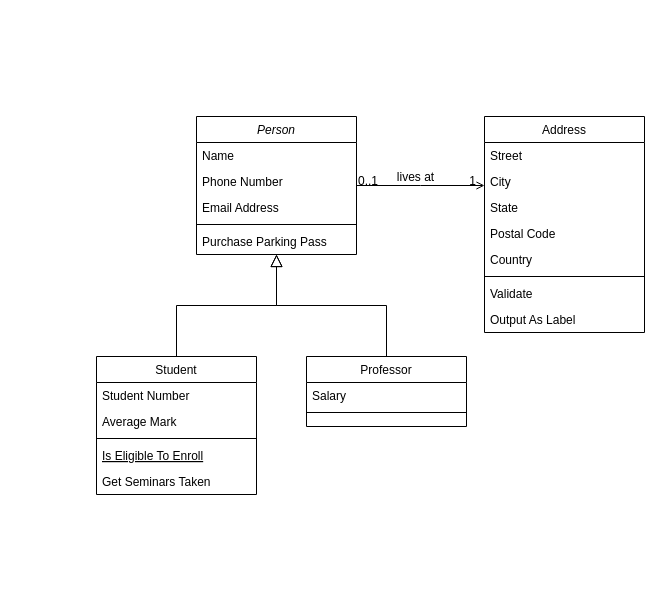
tristan-gaido/elyze keeps this draw.io diagram as Untitled Diagram.drawio. Above is the earlier version. Source tidied: cells renumbered, new cells numbered last; positions are measured from the earlier drawing's top-left corner, leaving out a move shared by most shapes. Both pictures are drawn from the tidied source at 100%, with x=0, y=0 at pixel (96, 116).
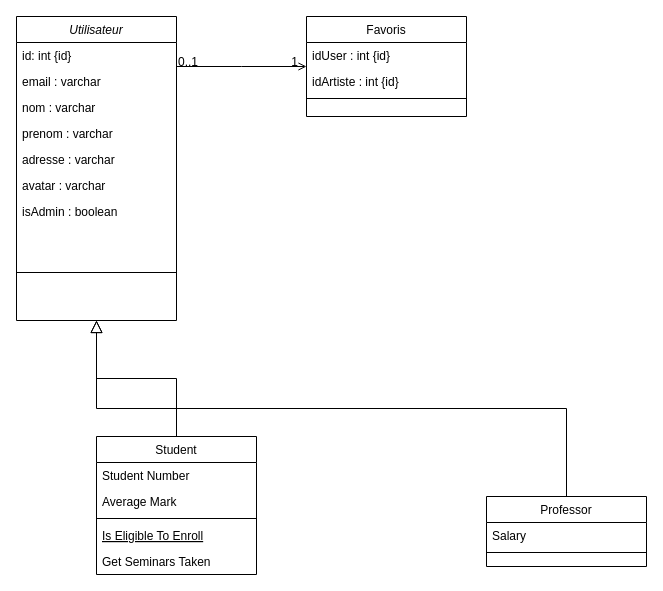
The same diagram, later.

Commit message:
Diagramme site concert symfony

Unchanged cells that the change refers to:
```xml
<mxCell id="28" style="endArrow=open;shadow=0;strokeWidth=1;rounded=0;endFill=1;edgeStyle=elbowEdgeStyle;elbow=vertical;" parent="1" edge="1" source="2" target="19">
  <mxGeometry x="0.5" y="41" relative="1" as="geometry">
    <mxPoint x="-40" y="32" as="offset" />
  </mxGeometry>
</mxCell>
```

Change to the diagram source:
```diff
@@
-    <mxCell id="2" value="Person" style="swimlane;fontStyle=2;align=center;verticalAlign=top;horizontal=1;startSize=26;rounded=0;shadow=0;strokeWidth=1;" parent="1" vertex="1">
-      <mxGeometry x="100" width="160" height="138" as="geometry" />
+    <mxCell id="2" value="Utilisateur" style="swimlane;fontStyle=2;align=center;verticalAlign=top;horizontal=1;startSize=26;rounded=0;shadow=0;strokeWidth=1;" parent="1" vertex="1">
+      <mxGeometry x="-80" y="-100" width="160" height="304" as="geometry" />
     </mxCell>
+    <mxCell id="32" value="id: int {id}" style="text;align=left;verticalAlign=top;spacingLeft=4;spacingRight=4;overflow=hidden;" parent="2" vertex="1">
+      <mxGeometry y="26" width="160" height="26" as="geometry" />
+    </mxCell>
-    <mxCell id="3" value="Name" style="text;align=left;verticalAlign=top;spacingLeft=4;spacingRight=4;overflow=hidden;" parent="2" vertex="1">
-      <mxGeometry y="26" width="160" height="26" as="geometry" />
+    <mxCell id="3" value="email : varchar" style="text;align=left;verticalAlign=top;spacingLeft=4;spacingRight=4;overflow=hidden;" parent="2" vertex="1">
+      <mxGeometry y="52" width="160" height="26" as="geometry" />
     </mxCell>
-    <mxCell id="4" value="Phone Number" style="text;align=left;verticalAlign=top;spacingLeft=4;spacingRight=4;overflow=hidden;rounded=0;shadow=0;html=0;" parent="2" vertex="1">
-      <mxGeometry y="52" width="160" height="26" as="geometry" />
+    <mxCell id="4" value="nom : varchar" style="text;align=left;verticalAlign=top;spacingLeft=4;spacingRight=4;overflow=hidden;rounded=0;shadow=0;html=0;" parent="2" vertex="1">
+      <mxGeometry y="78" width="160" height="26" as="geometry" />
     </mxCell>
-    <mxCell id="5" value="Email Address" style="text;align=left;verticalAlign=top;spacingLeft=4;spacingRight=4;overflow=hidden;rounded=0;shadow=0;html=0;" parent="2" vertex="1">
-      <mxGeometry y="78" width="160" height="26" as="geometry" />
+    <mxCell id="5" value="prenom : varchar" style="text;align=left;verticalAlign=top;spacingLeft=4;spacingRight=4;overflow=hidden;rounded=0;shadow=0;html=0;" parent="2" vertex="1">
+      <mxGeometry y="104" width="160" height="26" as="geometry" />
     </mxCell>
+    <mxCell id="33" value="adresse : varchar&#10;" style="text;align=left;verticalAlign=top;spacingLeft=4;spacingRight=4;overflow=hidden;rounded=0;shadow=0;html=0;" parent="2" vertex="1">
+      <mxGeometry y="130" width="160" height="26" as="geometry" />
+    </mxCell>
+    <mxCell id="34" value="avatar : varchar" style="text;align=left;verticalAlign=top;spacingLeft=4;spacingRight=4;overflow=hidden;rounded=0;shadow=0;html=0;" parent="2" vertex="1">
+      <mxGeometry y="156" width="160" height="26" as="geometry" />
+    </mxCell>
+    <mxCell id="35" value="isAdmin : boolean" style="text;align=left;verticalAlign=top;spacingLeft=4;spacingRight=4;overflow=hidden;rounded=0;shadow=0;html=0;" parent="2" vertex="1">
+      <mxGeometry y="182" width="160" height="26" as="geometry" />
+    </mxCell>
     <mxCell id="6" style="line;html=1;strokeWidth=1;align=left;verticalAlign=middle;spacingTop=-1;spacingLeft=3;spacingRight=3;labelPosition=right;" parent="2" vertex="1">
-      <mxGeometry y="104" width="160" height="8" as="geometry" />
+      <mxGeometry y="208" width="160" height="96" as="geometry" />
     </mxCell>
-    <mxCell id="7" value="Purchase Parking Pass" style="text;align=left;verticalAlign=top;spacingLeft=4;spacingRight=4;overflow=hidden;" parent="2" vertex="1">
-      <mxGeometry y="112" width="160" height="26" as="geometry" />
-    </mxCell>
     <mxCell id="8" value="Student" style="swimlane;fontStyle=0;align=center;verticalAlign=top;horizontal=1;startSize=26;rounded=0;shadow=0;strokeWidth=1;" parent="1" vertex="1">
-      <mxGeometry y="240" width="160" height="138" as="geometry" />
+      <mxGeometry y="320" width="160" height="138" as="geometry" />
     </mxCell>
@@
     <mxCell id="15" value="Professor" style="swimlane;fontStyle=0;align=center;verticalAlign=top;horizontal=1;startSize=26;rounded=0;shadow=0;strokeWidth=1;" parent="1" vertex="1">
-      <mxGeometry x="210" y="240" width="160" height="70" as="geometry" />
+      <mxGeometry x="390" y="380" width="160" height="70" as="geometry" />
     </mxCell>
@@
-    <mxCell id="19" value="Address" style="swimlane;fontStyle=0;align=center;verticalAlign=top;horizontal=1;startSize=26;rounded=0;shadow=0;strokeWidth=1;" parent="1" vertex="1">
-      <mxGeometry x="388" width="160" height="216" as="geometry" />
+    <mxCell id="19" value="Favoris" style="swimlane;fontStyle=0;align=center;verticalAlign=top;horizontal=1;startSize=26;rounded=0;shadow=0;strokeWidth=1;" parent="1" vertex="1">
+      <mxGeometry x="210" y="-100" width="160" height="100" as="geometry" />
     </mxCell>
-    <mxCell id="20" value="Street" style="text;align=left;verticalAlign=top;spacingLeft=4;spacingRight=4;overflow=hidden;" parent="19" vertex="1">
+    <mxCell id="20" value="idUser : int {id}" style="text;align=left;verticalAlign=top;spacingLeft=4;spacingRight=4;overflow=hidden;" parent="19" vertex="1">
       <mxGeometry y="26" width="160" height="26" as="geometry" />
     </mxCell>
-    <mxCell id="21" value="City" style="text;align=left;verticalAlign=top;spacingLeft=4;spacingRight=4;overflow=hidden;rounded=0;shadow=0;html=0;" parent="19" vertex="1">
+    <mxCell id="21" value="idArtiste : int {id}" style="text;align=left;verticalAlign=top;spacingLeft=4;spacingRight=4;overflow=hidden;rounded=0;shadow=0;html=0;" parent="19" vertex="1">
       <mxGeometry y="52" width="160" height="26" as="geometry" />
     </mxCell>
-    <mxCell id="22" value="State" style="text;align=left;verticalAlign=top;spacingLeft=4;spacingRight=4;overflow=hidden;rounded=0;shadow=0;html=0;" parent="19" vertex="1">
-      <mxGeometry y="78" width="160" height="26" as="geometry" />
-    </mxCell>
-    <mxCell id="23" value="Postal Code" style="text;align=left;verticalAlign=top;spacingLeft=4;spacingRight=4;overflow=hidden;rounded=0;shadow=0;html=0;" parent="19" vertex="1">
-      <mxGeometry y="104" width="160" height="26" as="geometry" />
-    </mxCell>
-    <mxCell id="24" value="Country" style="text;align=left;verticalAlign=top;spacingLeft=4;spacingRight=4;overflow=hidden;rounded=0;shadow=0;html=0;" parent="19" vertex="1">
-      <mxGeometry y="130" width="160" height="26" as="geometry" />
-    </mxCell>
     <mxCell id="25" style="line;html=1;strokeWidth=1;align=left;verticalAlign=middle;spacingTop=-1;spacingLeft=3;spacingRight=3;labelPosition=right;" parent="19" vertex="1">
-      <mxGeometry y="156" width="160" height="8" as="geometry" />
+      <mxGeometry y="78" width="160" height="8" as="geometry" />
     </mxCell>
-    <mxCell id="26" value="Validate" style="text;align=left;verticalAlign=top;spacingLeft=4;spacingRight=4;overflow=hidden;" parent="19" vertex="1">
-      <mxGeometry y="164" width="160" height="26" as="geometry" />
-    </mxCell>
-    <mxCell id="27" value="Output As Label" style="text;align=left;verticalAlign=top;spacingLeft=4;spacingRight=4;overflow=hidden;" parent="19" vertex="1">
-      <mxGeometry y="190" width="160" height="26" as="geometry" />
-    </mxCell>
@@
-    <mxCell id="31" value="lives at" style="text;html=1;align=center;verticalAlign=middle;labelBackgroundColor=none;rounded=0;shadow=0;strokeWidth=1;fontSize=12;" parent="28" vertex="1">
-      <mxGeometry x="0.5" y="49" relative="1" as="geometry">
-        <mxPoint x="-38" y="40" as="offset" />
-      </mxGeometry>
-    </mxCell>
```
